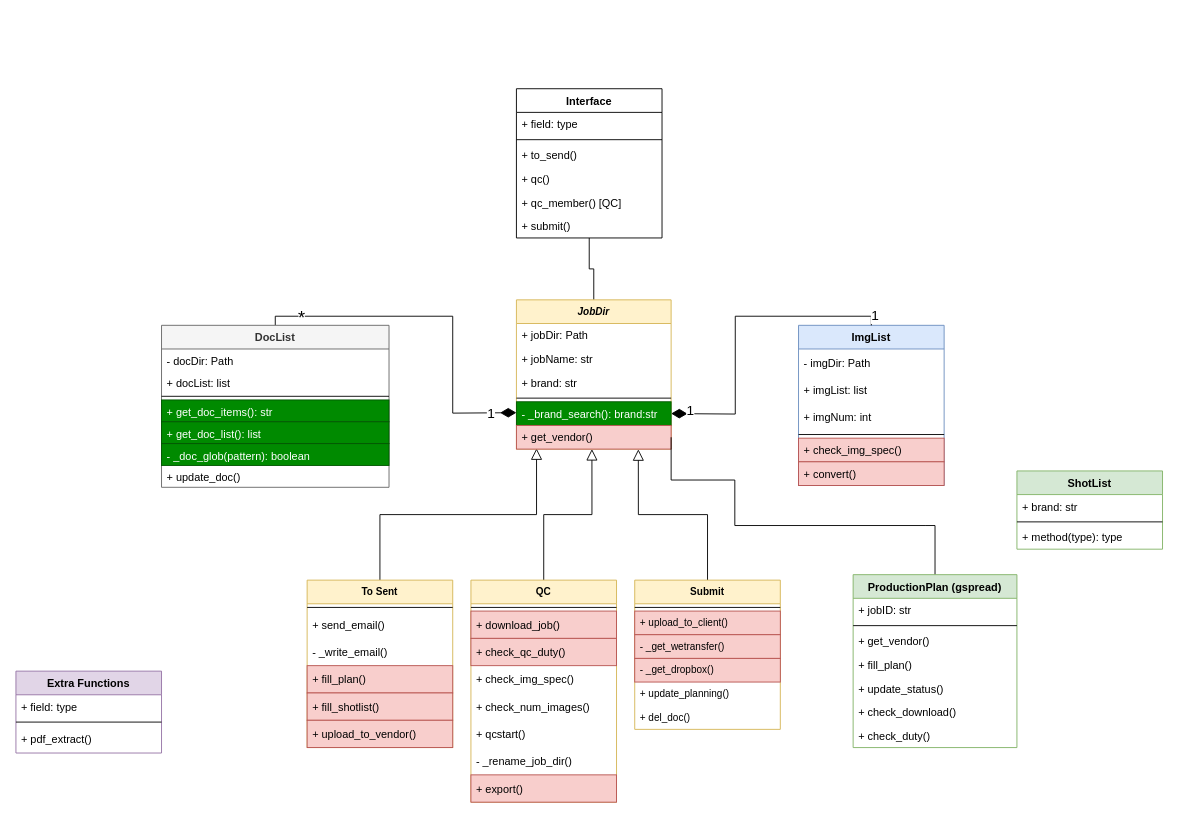
Before: page "Class Diagram" (1 of 2) of python/IHS Class Diagram.drawio in pugtooone/IHS, a draw.io diagram. Source tidied: cells renumbered, new cells numbered last; positions are measured from the earlier drawing's top-left corner, leaving out a move shared by most shapes. Both pictures are drawn from the tidied source at 91%, with x=0, y=0 at pixel (15, 88).
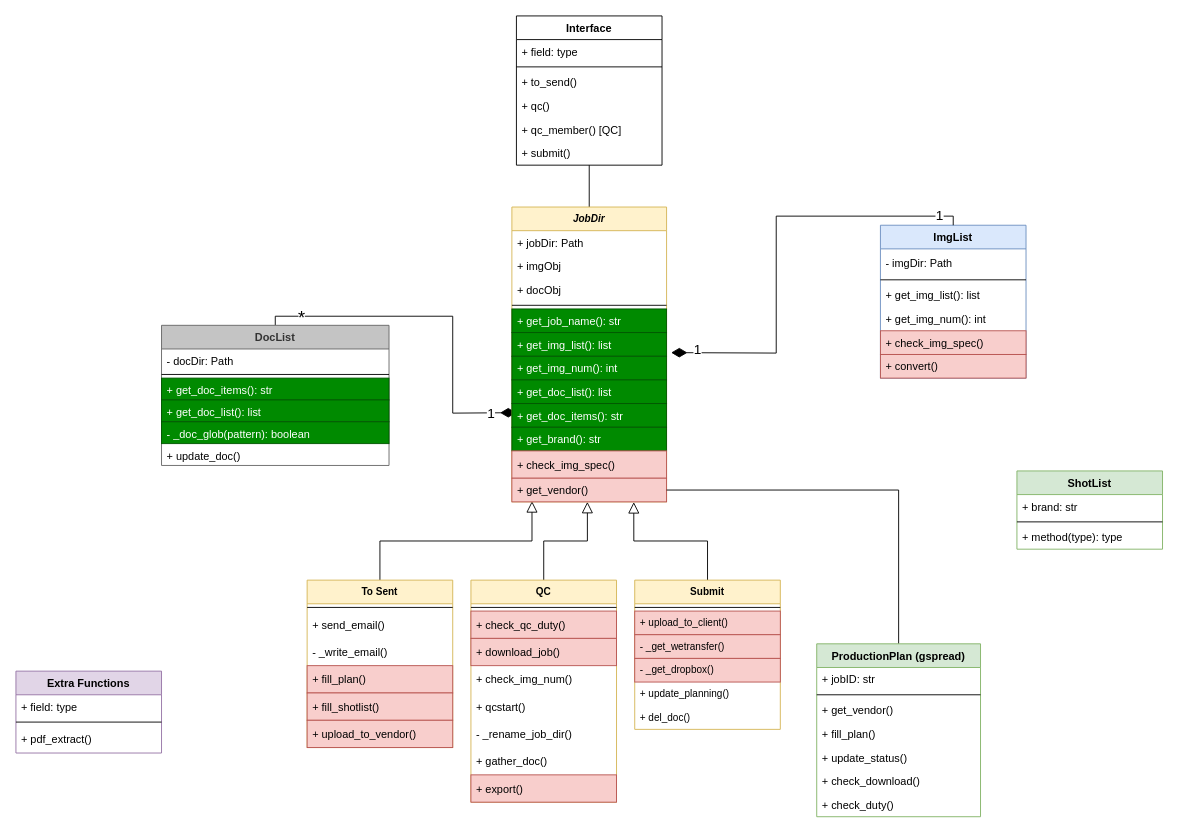
Above is the later version.

Unchanged cells that the change refers to:
```xml
<mxCell id="21" value="QC" style="swimlane;fontStyle=1;align=center;verticalAlign=top;horizontal=1;startSize=26;fontSize=11;fillColor=#fff2cc;strokeColor=#d6b656;" parent="1" vertex="1">
  <mxGeometry x="500" y="540" width="160" height="244" as="geometry" />
</mxCell>
```

What changed in the source:
```diff
@@
-    <mxCell id="5" value="DocList" style="swimlane;fontStyle=1;align=center;verticalAlign=top;horizontal=1;startSize=26;fillColor=#f5f5f5;strokeColor=#666666;fontColor=#333333;" parent="1" vertex="1">
-      <mxGeometry x="160" y="260" width="250" height="178" as="geometry" />
+    <mxCell id="5" value="DocList" style="swimlane;fontStyle=1;align=center;verticalAlign=top;horizontal=1;startSize=26;fillColor=#C4C4C4;strokeColor=#666666;fontColor=#333333;" parent="1" vertex="1">
+      <mxGeometry x="160" y="260" width="250" height="154" as="geometry" />
     </mxCell>
@@
-    <mxCell id="7" value="+ docList: list" style="text;strokeColor=none;fillColor=none;align=left;verticalAlign=top;spacingLeft=4;spacingRight=4;overflow=hidden;" parent="5" vertex="1">
-      <mxGeometry y="50" width="250" height="24" as="geometry" />
-    </mxCell>
     <mxCell id="8" style="line;strokeWidth=1;fillColor=none;align=left;verticalAlign=middle;spacingTop=-1;spacingLeft=3;spacingRight=3;labelPosition=right;" parent="5" vertex="1">
-      <mxGeometry y="74" width="250" height="8" as="geometry" />
+      <mxGeometry y="50" width="250" height="8" as="geometry" />
     </mxCell>
     <mxCell id="9" value="+ get_doc_items(): str" style="text;strokeColor=#005700;fillColor=#008a00;align=left;verticalAlign=top;spacingLeft=4;spacingRight=4;overflow=hidden;fontColor=#ffffff;" parent="5" vertex="1">
-      <mxGeometry y="82" width="250" height="24" as="geometry" />
+      <mxGeometry y="58" width="250" height="24" as="geometry" />
     </mxCell>
     <mxCell id="10" value="+ get_doc_list(): list" style="text;strokeColor=#005700;fillColor=#008a00;align=left;verticalAlign=top;spacingLeft=4;spacingRight=4;overflow=hidden;fontColor=#ffffff;" parent="5" vertex="1">
-      <mxGeometry y="106" width="250" height="24" as="geometry" />
+      <mxGeometry y="82" width="250" height="24" as="geometry" />
     </mxCell>
     <mxCell id="11" value="- _doc_glob(pattern): boolean" style="text;strokeColor=#005700;fillColor=#008a00;align=left;verticalAlign=top;spacingLeft=4;spacingRight=4;overflow=hidden;fontColor=#ffffff;" parent="5" vertex="1">
-      <mxGeometry y="130" width="250" height="24" as="geometry" />
+      <mxGeometry y="106" width="250" height="24" as="geometry" />
     </mxCell>
     <mxCell id="12" value="+ update_doc()" style="text;strokeColor=none;fillColor=none;align=left;verticalAlign=top;spacingLeft=4;spacingRight=4;overflow=hidden;" parent="5" vertex="1">
-      <mxGeometry y="154" width="250" height="24" as="geometry" />
+      <mxGeometry y="130" width="250" height="24" as="geometry" />
     </mxCell>
     <mxCell id="13" value="ImgList" style="swimlane;fontStyle=1;align=center;verticalAlign=top;horizontal=1;startSize=26;fillColor=#dae8fc;strokeColor=#6c8ebf;" parent="1" vertex="1">
-      <mxGeometry x="860" y="260" width="160" height="176" as="geometry" />
+      <mxGeometry x="950" y="150" width="160" height="168" as="geometry" />
     </mxCell>
@@
-    <mxCell id="15" value="+ imgList: list" style="text;strokeColor=none;fillColor=none;align=left;verticalAlign=middle;spacingLeft=4;spacingRight=4;overflow=hidden;" parent="13" vertex="1">
-      <mxGeometry y="56" width="160" height="30" as="geometry" />
-    </mxCell>
-    <mxCell id="16" value="+ imgNum: int" style="text;strokeColor=none;fillColor=none;align=left;verticalAlign=middle;spacingLeft=4;spacingRight=4;overflow=hidden;" parent="13" vertex="1">
-      <mxGeometry y="86" width="160" height="30" as="geometry" />
-    </mxCell>
     <mxCell id="17" style="line;strokeWidth=1;fillColor=none;align=left;verticalAlign=middle;spacingTop=-1;spacingLeft=3;spacingRight=3;labelPosition=right;" parent="13" vertex="1">
-      <mxGeometry y="116" width="160" height="8" as="geometry" />
+      <mxGeometry y="56" width="160" height="8" as="geometry" />
     </mxCell>
+    <mxCell id="81" value="+ get_img_list(): list" style="text;align=left;verticalAlign=top;spacingLeft=4;spacingRight=4;overflow=hidden;" parent="13" vertex="1">
+      <mxGeometry y="64" width="160" height="26" as="geometry" />
+    </mxCell>
+    <mxCell id="82" value="+ get_img_num(): int" style="text;align=left;verticalAlign=top;spacingLeft=4;spacingRight=4;overflow=hidden;" parent="13" vertex="1">
+      <mxGeometry y="90" width="160" height="26" as="geometry" />
+    </mxCell>
     <mxCell id="18" value="+ check_img_spec()" style="text;strokeColor=#b85450;fillColor=#f8cecc;align=left;verticalAlign=top;spacingLeft=4;spacingRight=4;overflow=hidden;" parent="13" vertex="1">
-      <mxGeometry y="124" width="160" height="26" as="geometry" />
+      <mxGeometry y="116" width="160" height="26" as="geometry" />
     </mxCell>
     <mxCell id="19" value="+ convert()" style="text;strokeColor=#b85450;fillColor=#f8cecc;align=left;verticalAlign=top;spacingLeft=4;spacingRight=4;overflow=hidden;" parent="13" vertex="1">
-      <mxGeometry y="150" width="160" height="26" as="geometry" />
+      <mxGeometry y="142" width="160" height="26" as="geometry" />
     </mxCell>
@@
+    <mxCell id="24" value="+ check_qc_duty()" style="text;strokeColor=#b85450;fillColor=#f8cecc;align=left;verticalAlign=middle;spacingLeft=4;spacingRight=4;overflow=hidden;" parent="21" vertex="1">
+      <mxGeometry y="34" width="160" height="30" as="geometry" />
+    </mxCell>
     <mxCell id="23" value="+ download_job()" style="text;strokeColor=#b85450;fillColor=#f8cecc;align=left;verticalAlign=middle;spacingLeft=4;spacingRight=4;overflow=hidden;" parent="21" vertex="1">
-      <mxGeometry y="34" width="160" height="30" as="geometry" />
+      <mxGeometry y="64" width="160" height="30" as="geometry" />
     </mxCell>
-    <mxCell id="24" value="+ check_qc_duty()" style="text;strokeColor=#b85450;fillColor=#f8cecc;align=left;verticalAlign=middle;spacingLeft=4;spacingRight=4;overflow=hidden;" parent="21" vertex="1">
-      <mxGeometry y="64" width="160" height="30" as="geometry" />
-    </mxCell>
-    <mxCell id="25" value="+ check_img_spec()" style="text;strokeColor=none;fillColor=none;align=left;verticalAlign=middle;spacingLeft=4;spacingRight=4;overflow=hidden;" parent="21" vertex="1">
-      <mxGeometry y="94" width="160" height="30" as="geometry" />
-    </mxCell>
-    <mxCell id="26" value="+ check_num_images()" style="text;strokeColor=none;fillColor=none;align=left;verticalAlign=middle;spacingLeft=4;spacingRight=4;overflow=hidden;" parent="21" vertex="1">
-      <mxGeometry y="124" width="160" height="30" as="geometry" />
+    <mxCell id="26" value="+ check_img_num()" style="text;strokeColor=none;fillColor=none;align=left;verticalAlign=middle;spacingLeft=4;spacingRight=4;overflow=hidden;" parent="21" vertex="1">
+      <mxGeometry y="94" width="160" height="30" as="geometry" />
     </mxCell>
     <mxCell id="27" value="+ qcstart()" style="text;strokeColor=none;fillColor=none;align=left;verticalAlign=middle;spacingLeft=4;spacingRight=4;overflow=hidden;" parent="21" vertex="1">
-      <mxGeometry y="154" width="160" height="30" as="geometry" />
+      <mxGeometry y="124" width="160" height="30" as="geometry" />
     </mxCell>
     <mxCell id="28" value="- _rename_job_dir()" style="text;strokeColor=none;fillColor=none;align=left;verticalAlign=middle;spacingLeft=4;spacingRight=4;overflow=hidden;" parent="21" vertex="1">
-      <mxGeometry y="184" width="160" height="30" as="geometry" />
+      <mxGeometry y="154" width="160" height="30" as="geometry" />
     </mxCell>
+    <mxCell id="83" value="+ gather_doc()" style="text;align=left;verticalAlign=middle;spacingLeft=4;spacingRight=4;overflow=hidden;" parent="21" vertex="1">
+      <mxGeometry y="184" width="160" height="30" as="geometry" />
+    </mxCell>
@@
     <mxCell id="39" value="JobDir" style="swimlane;fontStyle=3;align=center;verticalAlign=top;horizontal=1;startSize=26;fontSize=11;fillColor=#fff2cc;strokeColor=#d6b656;" parent="1" vertex="1">
-      <mxGeometry x="550" y="232" width="170" height="164" as="geometry" />
+      <mxGeometry x="545" y="130" width="170" height="324" as="geometry" />
     </mxCell>
@@
-    <mxCell id="41" value="+ jobName: str" style="text;strokeColor=none;fillColor=none;align=left;verticalAlign=top;spacingLeft=4;spacingRight=4;overflow=hidden;fontSize=12;" parent="39" vertex="1">
-      <mxGeometry y="52" width="170" height="26" as="geometry" />
-    </mxCell>
-    <mxCell id="42" value="+ brand: str" style="text;strokeColor=none;fillColor=none;align=left;verticalAlign=top;spacingLeft=4;spacingRight=4;overflow=hidden;fontSize=12;" parent="39" vertex="1">
-      <mxGeometry y="78" width="170" height="26" as="geometry" />
-    </mxCell>
+    <mxCell id="84" value="+ imgObj" style="text;strokeColor=none;fillColor=none;align=left;verticalAlign=top;spacingLeft=4;spacingRight=4;overflow=hidden;fontSize=12;" parent="39" vertex="1">
+      <mxGeometry y="52" width="170" height="26" as="geometry" />
+    </mxCell>
+    <mxCell id="85" value="+ docObj" style="text;strokeColor=none;fillColor=none;align=left;verticalAlign=top;spacingLeft=4;spacingRight=4;overflow=hidden;fontSize=12;" parent="39" vertex="1">
+      <mxGeometry y="78" width="170" height="26" as="geometry" />
+    </mxCell>
@@
+    <mxCell id="86" value="+ get_job_name(): str" style="text;strokeColor=#005700;fillColor=#008a00;align=left;verticalAlign=top;spacingLeft=4;spacingRight=4;overflow=hidden;fontSize=12;fontColor=#ffffff;" parent="39" vertex="1">
+      <mxGeometry y="112" width="170" height="26" as="geometry" />
+    </mxCell>
+    <mxCell id="87" value="+ get_img_list(): list" style="text;strokeColor=#005700;fillColor=#008a00;align=left;verticalAlign=top;spacingLeft=4;spacingRight=4;overflow=hidden;fontSize=12;fontColor=#ffffff;" parent="39" vertex="1">
+      <mxGeometry y="138" width="170" height="26" as="geometry" />
+    </mxCell>
+    <mxCell id="88" value="+ get_img_num(): int" style="text;strokeColor=#005700;fillColor=#008a00;align=left;verticalAlign=top;spacingLeft=4;spacingRight=4;overflow=hidden;fontSize=12;fontColor=#ffffff;" parent="39" vertex="1">
+      <mxGeometry y="164" width="170" height="26" as="geometry" />
+    </mxCell>
+    <mxCell id="89" value="+ get_doc_list(): list" style="text;strokeColor=#005700;fillColor=#008a00;align=left;verticalAlign=top;spacingLeft=4;spacingRight=4;overflow=hidden;fontSize=12;fontColor=#ffffff;" parent="39" vertex="1">
+      <mxGeometry y="190" width="170" height="26" as="geometry" />
+    </mxCell>
+    <mxCell id="90" value="+ get_doc_items(): str" style="text;strokeColor=#005700;fillColor=#008a00;align=left;verticalAlign=top;spacingLeft=4;spacingRight=4;overflow=hidden;fontSize=12;fontColor=#ffffff;" parent="39" vertex="1">
+      <mxGeometry y="216" width="170" height="26" as="geometry" />
+    </mxCell>
-    <mxCell id="44" value="- _brand_search(): brand:str" style="text;strokeColor=#005700;fillColor=#008a00;align=left;verticalAlign=top;spacingLeft=4;spacingRight=4;overflow=hidden;fontSize=12;fontColor=#ffffff;" parent="39" vertex="1">
-      <mxGeometry y="112" width="170" height="26" as="geometry" />
+    <mxCell id="44" value="+ get_brand(): str" style="text;strokeColor=#005700;fillColor=#008a00;align=left;verticalAlign=top;spacingLeft=4;spacingRight=4;overflow=hidden;fontSize=12;fontColor=#ffffff;" parent="39" vertex="1">
+      <mxGeometry y="242" width="170" height="26" as="geometry" />
     </mxCell>
+    <mxCell id="25" value="+ check_img_spec()" style="text;strokeColor=#b85450;fillColor=#f8cecc;align=left;verticalAlign=middle;spacingLeft=4;spacingRight=4;overflow=hidden;" parent="39" vertex="1">
+      <mxGeometry y="268" width="170" height="30" as="geometry" />
+    </mxCell>
     <mxCell id="45" value="+ get_vendor()" style="text;strokeColor=#b85450;fillColor=#f8cecc;align=left;verticalAlign=top;spacingLeft=4;spacingRight=4;overflow=hidden;points=[[0,0.5],[1,0.5]];portConstraint=eastwest;fontSize=12;" parent="39" vertex="1">
-      <mxGeometry y="138" width="170" height="26" as="geometry" />
+      <mxGeometry y="298" width="170" height="26" as="geometry" />
     </mxCell>
@@
     <mxCell id="54" value="Interface" style="swimlane;fontStyle=1;align=center;verticalAlign=top;horizontal=1;startSize=26;" parent="1" vertex="1">
-      <mxGeometry x="550" width="160" height="164" as="geometry" />
+      <mxGeometry x="550" y="-80" width="160" height="164" as="geometry" />
     </mxCell>
@@
     <mxCell id="61" style="edgeStyle=orthogonalEdgeStyle;rounded=0;jettySize=auto;html=1;exitX=0.5;exitY=0;exitDx=0;exitDy=0;endArrow=none;endFill=0;entryX=1;entryY=0.5;entryDx=0;entryDy=0;" parent="1" edge="1" source="62" target="45">
-      <mxGeometry relative="1" as="geometry">
-        <Array as="points">
-          <mxPoint x="1000" y="480" />
-          <mxPoint x="790" y="480" />
-          <mxPoint x="790" y="430" />
-          <mxPoint x="710" y="430" />
-        </Array>
-      </mxGeometry>
+      <mxGeometry relative="1" as="geometry" />
     </mxCell>
     <mxCell id="62" value="ProductionPlan (gspread)" style="swimlane;fontStyle=1;align=center;verticalAlign=top;horizontal=1;startSize=26;fillColor=#d5e8d4;strokeColor=#82b366;" parent="1" vertex="1">
-      <mxGeometry x="920" y="534" width="180" height="190" as="geometry" />
+      <mxGeometry x="880" y="610" width="180" height="190" as="geometry" />
     </mxCell>
@@
     <mxCell id="70" style="endArrow=diamondThin;html=1;rounded=0;exitX=0.5;exitY=0;exitDx=0;exitDy=0;edgeStyle=orthogonalEdgeStyle;endFill=1;endSize=15;" parent="1" edge="1" source="13">
       <mxGeometry relative="1" as="geometry">
-        <mxPoint x="720" y="357" as="targetPoint" />
+        <mxPoint x="720" y="290" as="targetPoint" />
       </mxGeometry>
     </mxCell>
```
